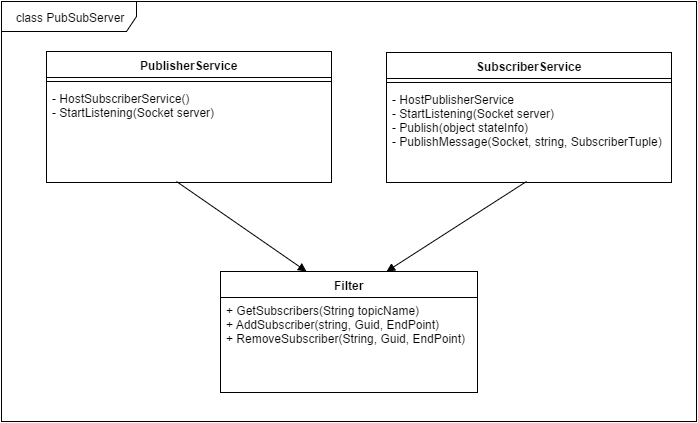
This is Report/figure/PubSub_class.png from Rotvig/Architecture-and-Design-of-Distributed-Dependable-Systems-TI-ARDI, a draw.io export, as it was before one commit. Source tidied: cells renumbered, new cells last; positions are measured from the earlier drawing's top-left corner, leaving out a move shared by most shapes. The source it was exported from:
```xml
<mxGraphModel background="#ffffff">
  <root>
    <mxCell id="0" />
    <mxCell id="1" parent="0" />
    <mxCell id="2" value="Filter" style="swimlane;html=1;fontStyle=1;align=center;verticalAlign=top;horizontal=1;startSize=26;swimlaneFillColor=#ffffff;" parent="1" vertex="1">
      <mxGeometry x="219" y="270" width="257" height="121" as="geometry" />
    </mxCell>
    <mxCell id="3" value="&lt;div&gt;+&amp;nbsp;GetSubscribers(String topicName)&lt;/div&gt;+&amp;nbsp;AddSubscriber(string, Guid, EndPoint)&lt;div&gt;+ RemoveSubscriber(String, Guid, EndPoint)&lt;br&gt;&lt;/div&gt;" style="text;html=1;strokeColor=none;fillColor=none;align=left;verticalAlign=top;spacingLeft=4;spacingRight=4;whiteSpace=wrap;overflow=hidden;" parent="2" vertex="1">
      <mxGeometry y="26" width="257" height="64" as="geometry" />
    </mxCell>
    <mxCell id="4" value="SubscriberService" style="swimlane;html=1;fontStyle=1;align=center;verticalAlign=top;horizontal=1;startSize=26;swimlaneFillColor=#ffffff;" parent="1" vertex="1">
      <mxGeometry x="385" y="51" width="285" height="130" as="geometry" />
    </mxCell>
    <mxCell id="5" style="line;html=1;strokeWidth=1;fillColor=none;align=left;verticalAlign=middle;spacingTop=-1;spacingLeft=3;spacingRight=3;labelPosition=right;" parent="4" vertex="1">
      <mxGeometry y="26" width="285" height="8" as="geometry" />
    </mxCell>
    <mxCell id="6" value="&lt;div&gt;- HostPublisherService&lt;/div&gt;- StartListening(Socket server)&lt;div&gt;- Publish(object stateInfo)&lt;/div&gt;&lt;div&gt;- PublishMessage(Socket, string, SubscriberTuple)&lt;/div&gt;&lt;div&gt;&lt;br&gt;&lt;div&gt;&lt;br&gt;&lt;div&gt;&lt;br&gt;&lt;br&gt;&lt;/div&gt;&lt;/div&gt;&lt;/div&gt;" style="text;html=1;strokeColor=none;fillColor=none;align=left;verticalAlign=top;spacingLeft=4;spacingRight=4;whiteSpace=wrap;overflow=hidden;" parent="4" vertex="1">
      <mxGeometry y="34" width="285" height="76" as="geometry" />
    </mxCell>
    <mxCell id="7" value="PublisherService" style="swimlane;html=1;fontStyle=1;align=center;verticalAlign=top;horizontal=1;startSize=26;swimlaneFillColor=#ffffff;" parent="1" vertex="1">
      <mxGeometry x="45" y="50" width="285" height="131" as="geometry" />
    </mxCell>
    <mxCell id="8" style="line;html=1;strokeWidth=1;fillColor=none;align=left;verticalAlign=middle;spacingTop=-1;spacingLeft=3;spacingRight=3;labelPosition=right;" parent="7" vertex="1">
      <mxGeometry y="26" width="285" height="8" as="geometry" />
    </mxCell>
    <mxCell id="9" value="- HostSubscriberService()&lt;div&gt;-&amp;nbsp;StartListening(Socket server)&lt;/div&gt;" style="text;html=1;strokeColor=none;fillColor=none;align=left;verticalAlign=top;spacingLeft=4;spacingRight=4;whiteSpace=wrap;overflow=hidden;" parent="7" vertex="1">
      <mxGeometry y="34" width="285" height="36" as="geometry" />
    </mxCell>
    <mxCell id="10" value="class PubSubServer" style="shape=umlFrame;whiteSpace=wrap;html=1;width=135;height=30;" parent="1" vertex="1">
      <mxGeometry width="695" height="420" as="geometry" />
    </mxCell>
    <mxCell id="11" style="endArrow=block;endFill=1;html=1;align=left;verticalAlign=top;" parent="1" edge="1">
      <mxGeometry x="-1" relative="1" as="geometry">
        <mxPoint x="175" y="180" as="sourcePoint" />
        <mxPoint x="305" y="270" as="targetPoint" />
      </mxGeometry>
    </mxCell>
    <mxCell id="12" style="html=1;align=left;verticalAlign=bottom;labelBackgroundColor=#ffffff;fontSize=10;" parent="11" vertex="1">
      <mxGeometry x="-1" relative="1" as="geometry" />
    </mxCell>
    <mxCell id="13" style="endArrow=block;endFill=1;html=1;align=left;verticalAlign=top;" parent="1" edge="1">
      <mxGeometry x="425" y="330" as="geometry">
        <mxPoint x="525" y="180" as="sourcePoint" />
        <mxPoint x="385" y="270" as="targetPoint" />
      </mxGeometry>
    </mxCell>
    <mxCell id="14" style="html=1;align=left;verticalAlign=bottom;labelBackgroundColor=#ffffff;fontSize=10;" parent="13" vertex="1">
      <mxGeometry x="-1" relative="1" as="geometry" />
    </mxCell>
  </root>
</mxGraphModel>
```
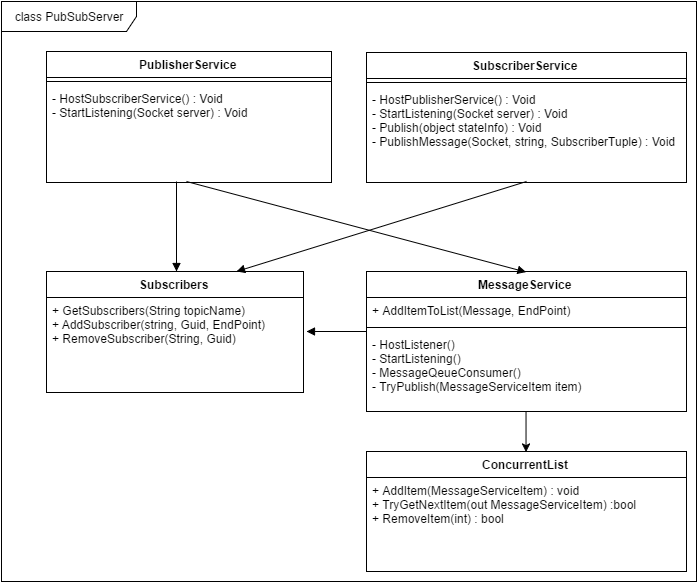
The same diagram one commit later.

Commit message:
Fixed description of pub/sub server

What changed in the source:
```diff
@@ -2,20 +2,20 @@
   <root>
     <mxCell id="0" />
     <mxCell id="1" parent="0" />
-    <mxCell id="2" value="Filter" style="swimlane;html=1;fontStyle=1;align=center;verticalAlign=top;horizontal=1;startSize=26;swimlaneFillColor=#ffffff;" parent="1" vertex="1">
-      <mxGeometry x="219" y="270" width="257" height="121" as="geometry" />
+    <mxCell id="2" value="Subscribers" style="swimlane;html=1;fontStyle=1;align=center;verticalAlign=top;horizontal=1;startSize=26;swimlaneFillColor=#ffffff;" parent="1" vertex="1">
+      <mxGeometry x="45" y="270" width="257" height="121" as="geometry" />
     </mxCell>
-    <mxCell id="3" value="&lt;div&gt;+&amp;nbsp;GetSubscribers(String topicName)&lt;/div&gt;+&amp;nbsp;AddSubscriber(string, Guid, EndPoint)&lt;div&gt;+ RemoveSubscriber(String, Guid, EndPoint)&lt;br&gt;&lt;/div&gt;" style="text;html=1;strokeColor=none;fillColor=none;align=left;verticalAlign=top;spacingLeft=4;spacingRight=4;whiteSpace=wrap;overflow=hidden;" parent="2" vertex="1">
+    <mxCell id="3" value="&lt;div&gt;+&amp;nbsp;GetSubscribers(String topicName)&lt;/div&gt;+&amp;nbsp;AddSubscriber(string, Guid, EndPoint)&lt;div&gt;+ RemoveSubscriber(String, Guid)&lt;br&gt;&lt;/div&gt;" style="text;html=1;strokeColor=none;fillColor=none;align=left;verticalAlign=top;spacingLeft=4;spacingRight=4;whiteSpace=wrap;overflow=hidden;" parent="2" vertex="1">
       <mxGeometry y="26" width="257" height="64" as="geometry" />
     </mxCell>
     <mxCell id="4" value="SubscriberService" style="swimlane;html=1;fontStyle=1;align=center;verticalAlign=top;horizontal=1;startSize=26;swimlaneFillColor=#ffffff;" parent="1" vertex="1">
-      <mxGeometry x="385" y="51" width="285" height="130" as="geometry" />
+      <mxGeometry x="365" y="51" width="320" height="130" as="geometry" />
     </mxCell>
     <mxCell id="5" style="line;html=1;strokeWidth=1;fillColor=none;align=left;verticalAlign=middle;spacingTop=-1;spacingLeft=3;spacingRight=3;labelPosition=right;" parent="4" vertex="1">
-      <mxGeometry y="26" width="285" height="8" as="geometry" />
+      <mxGeometry y="26" width="320" height="8" as="geometry" />
     </mxCell>
-    <mxCell id="6" value="&lt;div&gt;- HostPublisherService&lt;/div&gt;- StartListening(Socket server)&lt;div&gt;- Publish(object stateInfo)&lt;/div&gt;&lt;div&gt;- PublishMessage(Socket, string, SubscriberTuple)&lt;/div&gt;&lt;div&gt;&lt;br&gt;&lt;div&gt;&lt;br&gt;&lt;div&gt;&lt;br&gt;&lt;br&gt;&lt;/div&gt;&lt;/div&gt;&lt;/div&gt;" style="text;html=1;strokeColor=none;fillColor=none;align=left;verticalAlign=top;spacingLeft=4;spacingRight=4;whiteSpace=wrap;overflow=hidden;" parent="4" vertex="1">
-      <mxGeometry y="34" width="285" height="76" as="geometry" />
+    <mxCell id="6" value="&lt;div&gt;- HostPublisherService() : Void&lt;/div&gt;- StartListening(Socket server) : Void&lt;div&gt;- Publish(object stateInfo) : Void&lt;/div&gt;&lt;div&gt;- PublishMessage(Socket, string, SubscriberTuple) : Void&lt;/div&gt;&lt;div&gt;&lt;br&gt;&lt;div&gt;&lt;br&gt;&lt;div&gt;&lt;br&gt;&lt;br&gt;&lt;/div&gt;&lt;/div&gt;&lt;/div&gt;" style="text;html=1;strokeColor=none;fillColor=none;align=left;verticalAlign=top;spacingLeft=4;spacingRight=4;whiteSpace=wrap;overflow=hidden;" parent="4" vertex="1">
+      <mxGeometry y="34" width="320" height="76" as="geometry" />
     </mxCell>
     <mxCell id="7" value="PublisherService" style="swimlane;html=1;fontStyle=1;align=center;verticalAlign=top;horizontal=1;startSize=26;swimlaneFillColor=#ffffff;" parent="1" vertex="1">
       <mxGeometry x="45" y="50" width="285" height="131" as="geometry" />
@@ -23,16 +23,16 @@
     <mxCell id="8" style="line;html=1;strokeWidth=1;fillColor=none;align=left;verticalAlign=middle;spacingTop=-1;spacingLeft=3;spacingRight=3;labelPosition=right;" parent="7" vertex="1">
       <mxGeometry y="26" width="285" height="8" as="geometry" />
     </mxCell>
-    <mxCell id="9" value="- HostSubscriberService()&lt;div&gt;-&amp;nbsp;StartListening(Socket server)&lt;/div&gt;" style="text;html=1;strokeColor=none;fillColor=none;align=left;verticalAlign=top;spacingLeft=4;spacingRight=4;whiteSpace=wrap;overflow=hidden;" parent="7" vertex="1">
+    <mxCell id="9" value="- HostSubscriberService() : Void&lt;div&gt;-&amp;nbsp;StartListening(Socket server) : Void&lt;/div&gt;" style="text;html=1;strokeColor=none;fillColor=none;align=left;verticalAlign=top;spacingLeft=4;spacingRight=4;whiteSpace=wrap;overflow=hidden;" parent="7" vertex="1">
       <mxGeometry y="34" width="285" height="36" as="geometry" />
     </mxCell>
     <mxCell id="10" value="class PubSubServer" style="shape=umlFrame;whiteSpace=wrap;html=1;width=135;height=30;" parent="1" vertex="1">
-      <mxGeometry width="695" height="420" as="geometry" />
+      <mxGeometry width="695" height="580" as="geometry" />
     </mxCell>
     <mxCell id="11" style="endArrow=block;endFill=1;html=1;align=left;verticalAlign=top;" parent="1" edge="1">
       <mxGeometry x="-1" relative="1" as="geometry">
         <mxPoint x="175" y="180" as="sourcePoint" />
-        <mxPoint x="305" y="270" as="targetPoint" />
+        <mxPoint x="175" y="270" as="targetPoint" />
       </mxGeometry>
     </mxCell>
     <mxCell id="12" style="html=1;align=left;verticalAlign=bottom;labelBackgroundColor=#ffffff;fontSize=10;" parent="11" vertex="1">
@@ -41,11 +41,49 @@
     <mxCell id="13" style="endArrow=block;endFill=1;html=1;align=left;verticalAlign=top;" parent="1" edge="1">
       <mxGeometry x="425" y="330" as="geometry">
         <mxPoint x="525" y="180" as="sourcePoint" />
-        <mxPoint x="385" y="270" as="targetPoint" />
+        <mxPoint x="235" y="270" as="targetPoint" />
       </mxGeometry>
     </mxCell>
     <mxCell id="14" style="html=1;align=left;verticalAlign=bottom;labelBackgroundColor=#ffffff;fontSize=10;" parent="13" vertex="1">
       <mxGeometry x="-1" relative="1" as="geometry" />
     </mxCell>
+    <mxCell id="15" value="ConcurrentList" style="swimlane;html=1;fontStyle=1;align=center;verticalAlign=top;horizontal=1;startSize=26;swimlaneFillColor=#ffffff;" parent="1" vertex="1">
+      <mxGeometry x="365" y="450" width="320" height="120" as="geometry" />
+    </mxCell>
+    <mxCell id="16" value="+ AddItem(MessageServiceItem) : void&lt;div&gt;+ TryGetNextItem(out MessageServiceItem) :bool&lt;/div&gt;&lt;div&gt;+ RemoveItem(int) : bool&lt;span&gt;&amp;nbsp;&lt;/span&gt;&lt;/div&gt;" style="text;html=1;strokeColor=none;fillColor=none;align=left;verticalAlign=top;spacingLeft=4;spacingRight=4;whiteSpace=wrap;overflow=hidden;" parent="15" vertex="1">
+      <mxGeometry y="26" width="320" height="64" as="geometry" />
+    </mxCell>
+    <mxCell id="17" style="edgeStyle=none;rounded=0;html=1;exitX=0.5;exitY=1;entryX=0.5;entryY=0;jettySize=auto;" parent="1" edge="1" source="18" target="15">
+      <mxGeometry relative="1" as="geometry" />
+    </mxCell>
+    <mxCell id="18" value="MessageService" style="swimlane;html=1;fontStyle=1;align=center;verticalAlign=top;horizontal=1;startSize=26;swimlaneFillColor=#ffffff;" parent="1" vertex="1">
+      <mxGeometry x="365" y="270" width="320" height="140" as="geometry" />
+    </mxCell>
+    <mxCell id="19" value="+ AddItemToList(Message, EndPoint)" style="text;html=1;strokeColor=none;fillColor=none;align=left;verticalAlign=top;spacingLeft=4;spacingRight=4;whiteSpace=wrap;overflow=hidden;" parent="18" vertex="1">
+      <mxGeometry y="26" width="320" height="26" as="geometry" />
+    </mxCell>
+    <mxCell id="20" style="line;html=1;strokeWidth=1;fillColor=none;align=left;verticalAlign=middle;spacingTop=-1;spacingLeft=3;spacingRight=3;labelPosition=right;" parent="18" vertex="1">
+      <mxGeometry y="52" width="320" height="8" as="geometry" />
+    </mxCell>
+    <mxCell id="21" value="-&amp;nbsp;&lt;span&gt;HostListener()&lt;/span&gt;&lt;div&gt;&lt;span&gt;- StartListening()&lt;/span&gt;&lt;/div&gt;&lt;div&gt;&lt;span&gt;- MessageQeueConsumer()&lt;/span&gt;&lt;span&gt;&lt;br&gt;&lt;/span&gt;&lt;/div&gt;&lt;div&gt;&lt;span&gt;-&amp;nbsp;&lt;/span&gt;&lt;span&gt;TryPublish(MessageServiceItem item)&lt;/span&gt;&lt;/div&gt;" style="text;html=1;strokeColor=none;fillColor=none;align=left;verticalAlign=top;spacingLeft=4;spacingRight=4;whiteSpace=wrap;overflow=hidden;" parent="18" vertex="1">
+      <mxGeometry y="60" width="320" height="70" as="geometry" />
+    </mxCell>
+    <mxCell id="22" style="endArrow=block;endFill=1;html=1;align=left;verticalAlign=top;entryX=0.5;entryY=0;" parent="1" edge="1" target="18">
+      <mxGeometry x="280" y="290" as="geometry">
+        <mxPoint x="185" y="180" as="sourcePoint" />
+      </mxGeometry>
+    </mxCell>
+    <mxCell id="23" style="html=1;align=left;verticalAlign=bottom;labelBackgroundColor=#ffffff;fontSize=10;" parent="22" vertex="1">
+      <mxGeometry x="-1" relative="1" as="geometry" />
+    </mxCell>
+    <mxCell id="24" style="endArrow=block;endFill=1;html=1;align=left;verticalAlign=top;" parent="1" edge="1">
+      <mxGeometry x="280" y="290" as="geometry">
+        <mxPoint x="365" y="330" as="sourcePoint" />
+        <mxPoint x="305" y="330" as="targetPoint" />
+      </mxGeometry>
+    </mxCell>
+    <mxCell id="25" style="html=1;align=left;verticalAlign=bottom;labelBackgroundColor=#ffffff;fontSize=10;" parent="24" vertex="1">
+      <mxGeometry x="-1" relative="1" as="geometry" />
+    </mxCell>
   </root>
 </mxGraphModel>
```
